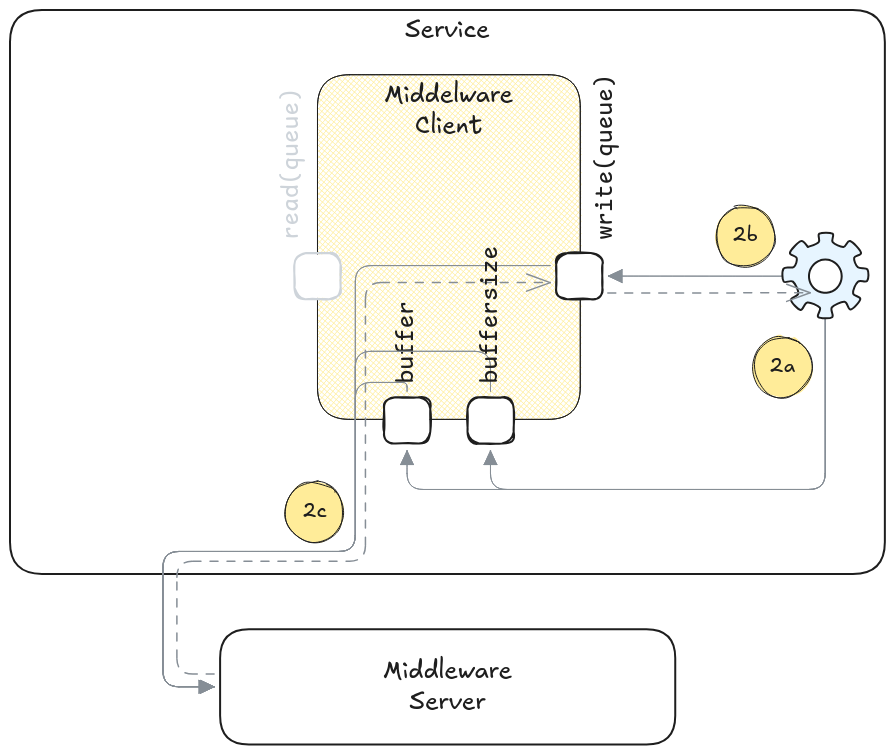
Above: public/images/api-write.excalidraw.png in agebhar1/slides-opentelemetry-retrofit (Excalidraw), before the change. Source tidied: one line per element, renumbered; positions are measured from the earlier drawing's top-left corner, leaving out a move shared by most shapes. The source it was exported from:
```json
{"id": 0, "type": "rectangle", "strokeColor": "#1e1e1e", "strokeWidth": 2, "roughness": 0, "round": true, "x": 0, "y": 0, "width": 875, "height": 564}
{"id": 1, "type": "text", "text": "Service", "strokeColor": "#1e1e1e", "backgroundColor": "#e7f5ff", "fillStyle": "solid", "strokeWidth": 2, "roughness": 0, "fontSize": 24.97, "fontFamily": 5, "textAlign": "center", "inside": 0, "x": 395, "y": 5, "width": 85, "height": 31}
{"id": 2, "type": "rectangle", "strokeColor": "#1e1e1e", "backgroundColor": "#ffec99", "fillStyle": "cross-hatch", "strokeWidth": 1, "roughness": 0, "round": true, "x": 307, "y": 65, "width": 263, "height": 345}
{"id": 3, "type": "text", "text": "Middelware\nClient", "strokeColor": "#1e1e1e", "backgroundColor": "#e7f5ff", "fillStyle": "solid", "strokeWidth": 2, "roughness": 0, "fontSize": 24.97, "fontFamily": 5, "textAlign": "center", "inside": 2, "x": 374, "y": 70, "width": 129, "height": 62}
{"id": 4, "type": "rectangle", "strokeColor": "#1e1e1e", "strokeWidth": 2, "roughness": 0, "round": true, "x": 210, "y": 619, "width": 455, "height": 115}
{"id": 5, "type": "text", "text": "Middleware\nServer", "strokeColor": "#1e1e1e", "backgroundColor": "#e7f5ff", "fillStyle": "solid", "strokeWidth": 2, "roughness": 0, "fontSize": 24.97, "fontFamily": 5, "textAlign": "center", "verticalAlign": "middle", "inside": 4, "x": 373, "y": 646, "width": 129, "height": 62}
{"id": 6, "type": "rectangle", "strokeColor": "#ced4da", "backgroundColor": "#ffffff", "fillStyle": "solid", "strokeWidth": 2, "roughness": 1, "round": true, "x": 284, "y": 243, "width": 46, "height": 46}
{"id": 7, "type": "rectangle", "strokeColor": "#1e1e1e", "backgroundColor": "#ffffff", "fillStyle": "solid", "strokeWidth": 2, "roughness": 1, "round": true, "x": 374, "y": 387, "width": 46, "height": 46}
{"id": 8, "type": "text", "text": "read(queue)", "strokeColor": "#ced4da", "angle": 4.71, "strokeWidth": 2, "roughness": 1, "fontSize": 24.97, "fontFamily": 8, "x": 206, "y": 138, "width": 151, "height": 31}
{"id": 9, "type": "text", "text": "write(queue)", "strokeColor": "#1e1e1e", "angle": 4.71, "strokeWidth": 2, "roughness": 1, "fontSize": 24.97, "fontFamily": 8, "x": 514, "y": 131, "width": 165, "height": 31}
{"id": 10, "type": "rectangle", "strokeColor": "#1e1e1e", "backgroundColor": "#ffffff", "fillStyle": "solid", "strokeWidth": 2, "roughness": 1, "round": true, "x": 457, "y": 387, "width": 46, "height": 46}
{"id": 11, "type": "rectangle", "strokeColor": "#1e1e1e", "backgroundColor": "#ffffff", "fillStyle": "solid", "strokeWidth": 2, "roughness": 1, "round": true, "x": 546, "y": 243, "width": 46, "height": 46}
{"id": 12, "type": "text", "text": "buffer", "strokeColor": "#1e1e1e", "angle": 4.71, "strokeWidth": 2, "roughness": 1, "fontSize": 24.97, "fontFamily": 8, "x": 356, "y": 317, "width": 82, "height": 31}
{"id": 13, "type": "arrow", "strokeColor": "#868e96", "strokeWidth": 1, "roughness": 0, "endArrowhead": "triangle", "from": 11, "to": 4, "x": 540, "y": 256, "width": 387, "height": 421, "points": [[0, 0], [-195, 0], [-195, 286], [-387, 286], [-387, 421], [-338, 421]]}
{"id": 14, "type": "arrow", "strokeColor": "#868e96", "strokeWidth": 1, "roughness": 0, "endArrowhead": "triangle", "from": 20, "to": 7, "x": 815, "y": 289, "width": 418, "height": 191, "points": [[0, 0], [0, 191], [-418, 191], [-418, 152]]}
{"id": 15, "type": "arrow", "strokeColor": "#868e96", "strokeWidth": 1, "roughness": 0, "endArrowhead": "triangle", "from": 20, "to": 11, "x": 793, "y": 266, "width": 195, "height": 0, "points": [[0, 0], [-195, 0]]}
{"id": 16, "type": "arrow", "strokeColor": "#868e96", "strokeWidth": 1, "roughness": 0, "endArrowhead": "triangle", "from": 20, "to": 10, "x": 815, "y": 289, "width": 335, "height": 191, "points": [[0, 0], [0, 191], [-335, 191], [-335, 152]]}
{"id": 17, "type": "ellipse", "strokeColor": "#1e1e1e", "backgroundColor": "#ffec99", "fillStyle": "solid", "strokeWidth": 1, "roughness": 1, "round": true, "x": 275, "y": 471, "width": 59, "height": 61}
{"id": 18, "type": "text", "text": "2c", "strokeColor": "#1e1e1e", "backgroundColor": "#ffec99", "fillStyle": "solid", "strokeWidth": 1, "roughness": 0, "fontSize": 19.97, "fontFamily": 5, "textAlign": "center", "verticalAlign": "middle", "inside": 17, "x": 293, "y": 489, "width": 24, "height": 25}
{"id": 19, "type": "line", "strokeColor": "#1e1e1e", "backgroundColor": "#e7f5ff", "fillStyle": "solid", "strokeWidth": 2, "roughness": 0, "round": true, "x": 798, "y": 237, "width": 84, "height": 84, "points": [[0, 0], [11, -5], [11, -13], [25, -13], [25, -5], [36, 0], [42, -6], [53, 6], [46, 11], [50, 20], [59, 22], [59, 34], [50, 35], [45, 46], [52, 52], [43, 63], [37, 55], [24, 60], [24, 70], [10, 70], [12, 61], [-1, 55], [-7, 63], [-17, 53], [-10, 47], [-15, 35], [-24, 35], [-24, 22], [-14, 20], [-11, 11], [-18, 6], [-7, -6], [0, 0]]}
{"id": 20, "type": "ellipse", "strokeColor": "#1e1e1e", "backgroundColor": "#ffffff", "fillStyle": "solid", "strokeWidth": 2, "roughness": 0, "round": true, "x": 799, "y": 250, "width": 33, "height": 33}
{"id": 21, "type": "ellipse", "strokeColor": "#1e1e1e", "backgroundColor": "#ffec99", "fillStyle": "solid", "strokeWidth": 1, "roughness": 1, "round": true, "x": 743, "y": 326, "width": 59, "height": 61}
{"id": 22, "type": "text", "text": "2a", "strokeColor": "#1e1e1e", "backgroundColor": "#ffec99", "fillStyle": "solid", "strokeWidth": 1, "roughness": 0, "fontSize": 19.97, "fontFamily": 5, "textAlign": "center", "verticalAlign": "middle", "inside": 21, "x": 760, "y": 344, "width": 26, "height": 25}
{"id": 23, "type": "ellipse", "strokeColor": "#1e1e1e", "backgroundColor": "#ffec99", "fillStyle": "solid", "strokeWidth": 1, "roughness": 1, "round": true, "x": 706, "y": 196, "width": 59, "height": 61}
{"id": 24, "type": "text", "text": "2b", "strokeColor": "#1e1e1e", "backgroundColor": "#ffec99", "fillStyle": "solid", "strokeWidth": 1, "roughness": 0, "fontSize": 19.97, "fontFamily": 5, "textAlign": "center", "verticalAlign": "middle", "inside": 23, "x": 723, "y": 214, "width": 25, "height": 25}
{"id": 25, "type": "arrow", "strokeColor": "#868e96", "strokeWidth": 1, "roughness": 0, "endArrowhead": "triangle", "from": 7, "to": 4, "x": 397, "y": 381, "width": 244, "height": 304, "points": [[0, 0], [0, -9], [-52, -9], [-52, 160], [-244, 160], [-244, 296], [-193, 296]]}
{"id": 26, "type": "arrow", "strokeColor": "#868e96", "strokeWidth": 1, "roughness": 0, "endArrowhead": "triangle", "from": 10, "to": 4, "x": 480, "y": 381, "width": 328, "height": 336, "points": [[0, 0], [0, -40], [-135, -40], [-135, 160], [-328, 160], [-328, 296], [-276, 296]]}
{"id": 27, "type": "arrow", "strokeColor": "#868e96", "strokeWidth": 1, "strokeStyle": "dashed", "roughness": 0, "endArrowhead": "arrow", "from": 4, "to": 11, "x": 204, "y": 664, "width": 373, "height": 391, "points": [[0, 0], [-37, 0], [-37, -113], [151, -113], [151, -391], [336, -391]]}
{"id": 28, "type": "arrow", "strokeColor": "#868e96", "strokeWidth": 1, "strokeStyle": "dashed", "roughness": 0, "endArrowhead": "arrow", "from": 11, "to": 20, "x": 598, "y": 283, "width": 202, "height": 0, "points": [[0, 0], [202, 0]]}
{"id": 29, "type": "text", "text": "buffersize", "strokeColor": "#1e1e1e", "angle": 4.71, "strokeWidth": 2, "roughness": 1, "fontSize": 24.97, "fontFamily": 8, "x": 412, "y": 289, "width": 137, "height": 31}
```
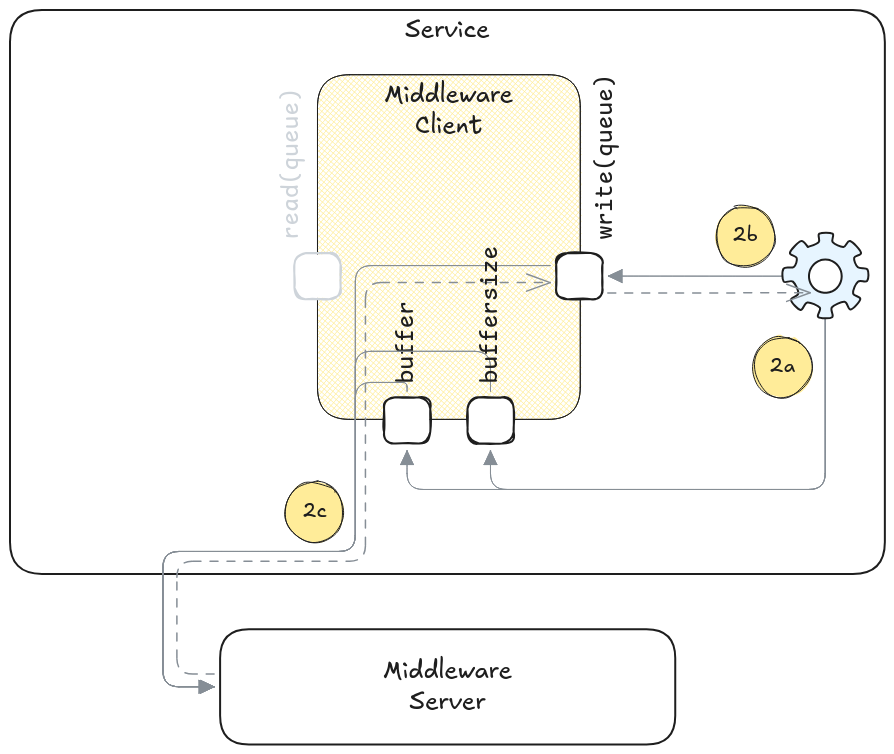
After the commit.

The edit, as a diff of the source:
```diff
@@ -1,7 +1,7 @@
 {"id": 0, "type": "rectangle", "strokeColor": "#1e1e1e", "strokeWidth": 2, "roughness": 0, "round": true, "x": 0, "y": 0, "width": 875, "height": 564}
 {"id": 1, "type": "text", "text": "Service", "strokeColor": "#1e1e1e", "backgroundColor": "#e7f5ff", "fillStyle": "solid", "strokeWidth": 2, "roughness": 0, "fontSize": 24.97, "fontFamily": 5, "textAlign": "center", "inside": 0, "x": 395, "y": 5, "width": 85, "height": 31}
 {"id": 2, "type": "rectangle", "strokeColor": "#1e1e1e", "backgroundColor": "#ffec99", "fillStyle": "cross-hatch", "strokeWidth": 1, "roughness": 0, "round": true, "x": 307, "y": 65, "width": 263, "height": 345}
-{"id": 3, "type": "text", "text": "Middelware\nClient", "strokeColor": "#1e1e1e", "backgroundColor": "#e7f5ff", "fillStyle": "solid", "strokeWidth": 2, "roughness": 0, "fontSize": 24.97, "fontFamily": 5, "textAlign": "center", "inside": 2, "x": 374, "y": 70, "width": 129, "height": 62}
+{"id": 3, "type": "text", "text": "Middleware\nClient", "strokeColor": "#1e1e1e", "backgroundColor": "#e7f5ff", "fillStyle": "solid", "strokeWidth": 2, "roughness": 0, "fontSize": 24.97, "fontFamily": 5, "textAlign": "center", "inside": 2, "x": 374, "y": 70, "width": 129, "height": 62}
 {"id": 4, "type": "rectangle", "strokeColor": "#1e1e1e", "strokeWidth": 2, "roughness": 0, "round": true, "x": 210, "y": 619, "width": 455, "height": 115}
 {"id": 5, "type": "text", "text": "Middleware\nServer", "strokeColor": "#1e1e1e", "backgroundColor": "#e7f5ff", "fillStyle": "solid", "strokeWidth": 2, "roughness": 0, "fontSize": 24.97, "fontFamily": 5, "textAlign": "center", "verticalAlign": "middle", "inside": 4, "x": 373, "y": 646, "width": 129, "height": 62}
 {"id": 6, "type": "rectangle", "strokeColor": "#ced4da", "backgroundColor": "#ffffff", "fillStyle": "solid", "strokeWidth": 2, "roughness": 1, "round": true, "x": 284, "y": 243, "width": 46, "height": 46}
```
